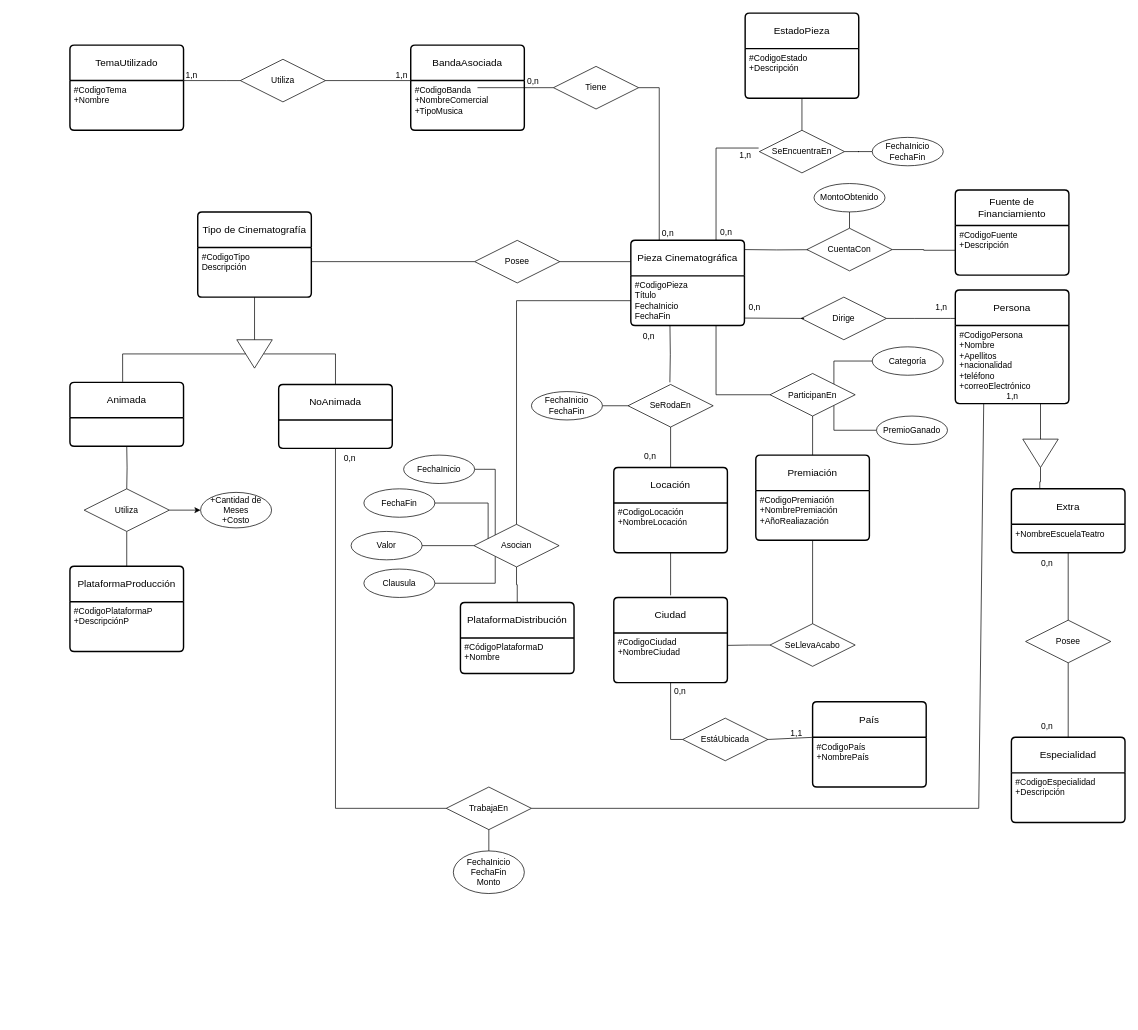
Before: MER.drawio in BenjaminAGH/Proyecto-Semestral-BD, a draw.io diagram. Source tidied: cells renumbered, new cells numbered last; positions are measured from the earlier drawing's top-left corner, leaving out a move shared by most shapes. Both pictures are drawn from the tidied source at 71%, with x=0, y=0 at pixel (17, 13).
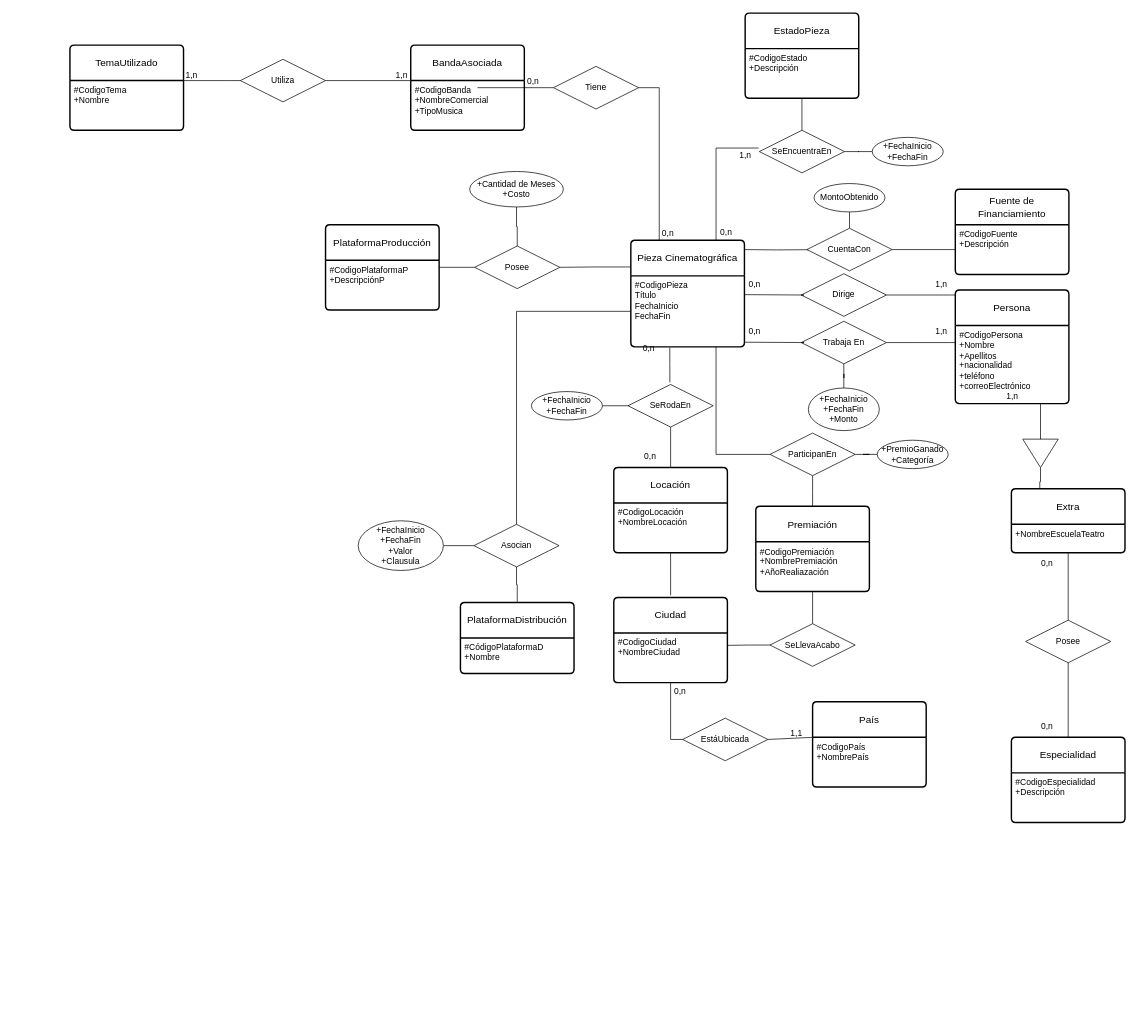
The same diagram, later.

Unchanged cells that the change refers to:
```xml
<mxCell id="22" value="Persona" style="swimlane;horizontal=1;startSize=50;rounded=1;fontSize=14;fontStyle=0;strokeWidth=2;shadow=0;dashed=0;align=center;arcSize=4;whiteSpace=wrap;html=1;" parent="1" vertex="1">
  <mxGeometry x="1321" y="390" width="160" height="160" as="geometry" />
</mxCell>
<mxCell id="23" value="&lt;div&gt;#CodigoPersona&lt;/div&gt;&lt;div&gt;+Nombre&lt;/div&gt;&lt;div&gt;+Apellitos&lt;/div&gt;&lt;div&gt;+nacionalidad&lt;/div&gt;&lt;div&gt;+teléfono&lt;/div&gt;&lt;div&gt;+correoElectrónico&lt;br&gt;&lt;/div&gt;" style="align=left;strokeColor=none;fillColor=none;spacingLeft=4;fontSize=12;verticalAlign=top;html=1;" parent="22" vertex="1">
  <mxGeometry y="50" width="160" height="110" as="geometry" />
</mxCell>
<mxCell id="102" value="Asocian" style="shape=rhombus;perimeter=rhombusPerimeter;whiteSpace=wrap;html=1;align=center;" parent="1" vertex="1">
  <mxGeometry x="643" y="720" width="120" height="60" as="geometry" />
</mxCell>
```

Change to the diagram source:
```diff
@@
-    <mxCell id="2" value="Tipo de Cinematografía" style="swimlane;horizontal=1;startSize=50;rounded=1;fontSize=14;fontStyle=0;strokeWidth=2;shadow=0;dashed=0;align=center;arcSize=4;whiteSpace=wrap;html=1;" parent="1" vertex="1">
-      <mxGeometry x="254" y="280" width="160" height="120" as="geometry" />
-    </mxCell>
-    <mxCell id="3" value="&lt;div&gt;#CodigoTipo&lt;/div&gt;&lt;div&gt;Descripción&lt;br&gt;&lt;/div&gt;" style="align=left;strokeColor=none;fillColor=none;spacingLeft=4;fontSize=12;verticalAlign=top;html=1;" parent="2" vertex="1">
-      <mxGeometry y="50" width="160" height="70" as="geometry" />
-    </mxCell>
@@
-    <mxCell id="7" style="edgeStyle=orthogonalEdgeStyle;rounded=0;jettySize=auto;html=1;exitX=0.75;exitY=1;exitDx=0;exitDy=0;entryX=0;entryY=0.5;entryDx=0;entryDy=0;endArrow=none;endFill=0;" parent="1" edge="1" source="8" target="116">
-      <mxGeometry relative="1" as="geometry" />
-    </mxCell>
     <mxCell id="8" value="Pieza Cinematográfica" style="swimlane;horizontal=1;startSize=50;rounded=1;fontSize=14;fontStyle=0;strokeWidth=2;shadow=0;dashed=0;align=center;arcSize=4;whiteSpace=wrap;html=1;" parent="1" vertex="1">
-      <mxGeometry x="864" y="320" width="160" height="120" as="geometry" />
+      <mxGeometry x="864" y="320" width="160" height="150" as="geometry" />
     </mxCell>
     <mxCell id="9" value="&lt;div&gt;#CodigoPieza&lt;/div&gt;&lt;div&gt;Título&lt;/div&gt;&lt;div&gt;FechaInicio&lt;/div&gt;&lt;div&gt;FechaFin&lt;br&gt;&lt;/div&gt;" style="align=left;strokeColor=none;fillColor=none;spacingLeft=4;fontSize=12;verticalAlign=top;html=1;" parent="8" vertex="1">
-      <mxGeometry y="50" width="160" height="70" as="geometry" />
+      <mxGeometry y="50" width="160" height="100" as="geometry" />
     </mxCell>
@@
-    <mxCell id="18" value="Animada" style="swimlane;horizontal=1;startSize=50;rounded=1;fontSize=14;fontStyle=0;strokeWidth=2;shadow=0;dashed=0;align=center;arcSize=4;whiteSpace=wrap;html=1;" parent="1" vertex="1">
-      <mxGeometry x="74" y="520" width="160" height="90" as="geometry" />
-    </mxCell>
-    <mxCell id="19" value="NoAnimada" style="swimlane;horizontal=1;startSize=50;rounded=1;fontSize=14;fontStyle=0;strokeWidth=2;shadow=0;dashed=0;align=center;arcSize=4;whiteSpace=wrap;html=1;" parent="1" vertex="1">
-      <mxGeometry x="368" y="523" width="160" height="90" as="geometry" />
-    </mxCell>
-    <mxCell id="20" value="PlataformaProducción" style="swimlane;horizontal=1;startSize=50;rounded=1;fontSize=14;fontStyle=0;strokeWidth=2;shadow=0;dashed=0;align=center;arcSize=4;whiteSpace=wrap;html=1;" parent="1" vertex="1">
-      <mxGeometry x="74" y="779" width="160" height="120" as="geometry" />
-    </mxCell>
-    <mxCell id="21" value="&lt;div&gt;#CodigoPlataformaP&lt;/div&gt;&lt;div&gt;+DescripciónP&lt;br&gt;&lt;/div&gt;" style="align=left;strokeColor=none;fillColor=none;spacingLeft=4;fontSize=12;verticalAlign=top;html=1;" parent="20" vertex="1">
-      <mxGeometry y="50" width="160" height="70" as="geometry" />
-    </mxCell>
@@
     <mxCell id="31" value="Fuente de Financiamiento" style="swimlane;horizontal=1;startSize=50;rounded=1;fontSize=14;fontStyle=0;strokeWidth=2;shadow=0;dashed=0;align=center;arcSize=4;whiteSpace=wrap;html=1;" parent="1" vertex="1">
-      <mxGeometry x="1321" y="249" width="160" height="120" as="geometry" />
+      <mxGeometry x="1321" y="248" width="160" height="120" as="geometry" />
     </mxCell>
@@
     <mxCell id="35" value="Dirige" style="shape=rhombus;perimeter=rhombusPerimeter;whiteSpace=wrap;html=1;align=center;" parent="1" vertex="1">
-      <mxGeometry x="1104" y="400" width="120" height="60" as="geometry" />
+      <mxGeometry x="1104" y="367" width="120" height="60" as="geometry" />
     </mxCell>
-    <mxCell id="36" style="endArrow=none;html=1;rounded=0;exitX=1;exitY=0.5;exitDx=0;exitDy=0;entryX=0;entryY=0.25;entryDx=0;entryDy=0;" parent="1" edge="1" source="35" target="22">
+    <mxCell id="36" style="endArrow=none;html=1;rounded=0;exitX=1;exitY=0.5;exitDx=0;exitDy=0;entryX=0;entryY=0.25;entryDx=0;entryDy=0;" parent="1" edge="1" source="35">
       <mxGeometry relative="1" as="geometry">
+        <mxPoint x="1321" y="397" as="targetPoint" />
         <Array as="points">
-          <mxPoint x="1264" y="430" />
-          <mxPoint x="1314" y="430" />
+          <mxPoint x="1264" y="397" />
+          <mxPoint x="1314" y="397" />
         </Array>
       </mxGeometry>
     </mxCell>
     <mxCell id="37" style="endArrow=none;html=1;rounded=0;exitX=0.138;exitY=0.983;exitDx=0;exitDy=0;entryX=0;entryY=0.5;entryDx=0;entryDy=0;exitPerimeter=0;" parent="1" edge="1" source="39" target="35">
       <mxGeometry relative="1" as="geometry">
         <Array as="points">
-          <mxPoint x="1108" y="430" />
+          <mxPoint x="1108" y="397" />
         </Array>
       </mxGeometry>
     </mxCell>
     <mxCell id="38" value="1,n" style="text;html=1;align=center;verticalAlign=middle;strokeColor=none;fillColor=none;" parent="1" vertex="1">
-      <mxGeometry x="1281" y="400" width="40" height="30" as="geometry" />
+      <mxGeometry x="1281" y="367" width="40" height="30" as="geometry" />
     </mxCell>
     <mxCell id="39" value="0,n" style="text;html=1;align=center;verticalAlign=middle;points=[];strokeColor=none;fillColor=none;" parent="1" vertex="1">
-      <mxGeometry x="1018" y="400" width="40" height="30" as="geometry" />
+      <mxGeometry x="1018" y="367" width="40" height="30" as="geometry" />
     </mxCell>
@@
-    <mxCell id="45" value="FechaInicio&lt;div&gt;FechaFin&lt;/div&gt;" style="ellipse;whiteSpace=wrap;html=1;align=center;" parent="1" vertex="1">
+    <mxCell id="45" value="+FechaInicio&lt;div&gt;+FechaFin&lt;/div&gt;" style="ellipse;whiteSpace=wrap;html=1;align=center;" parent="1" vertex="1">
       <mxGeometry x="1204" y="175" width="100" height="40" as="geometry" />
     </mxCell>
-    <mxCell id="46" style="edgeStyle=orthogonalEdgeStyle;rounded=0;jettySize=auto;html=1;entryX=0.5;entryY=0;entryDx=0;entryDy=0;endArrow=none;endFill=0;" parent="1" edge="1" source="48" target="20">
-      <mxGeometry relative="1" as="geometry" />
-    </mxCell>
-    <mxCell id="47" style="edgeStyle=orthogonalEdgeStyle;rounded=0;jettySize=auto;html=1;" parent="1" edge="1" source="48" target="104">
-      <mxGeometry relative="1" as="geometry" />
-    </mxCell>
-    <mxCell id="48" value="Utiliza" style="shape=rhombus;perimeter=rhombusPerimeter;whiteSpace=wrap;html=1;align=center;" parent="1" vertex="1">
-      <mxGeometry x="94" y="670" width="120" height="60" as="geometry" />
-    </mxCell>
@@
-    <mxCell id="52" value="FechaInicio&lt;div&gt;FechaFin&lt;/div&gt;" style="ellipse;whiteSpace=wrap;html=1;align=center;" parent="1" vertex="1">
+    <mxCell id="52" value="+FechaInicio&lt;div&gt;+FechaFin&lt;/div&gt;" style="ellipse;whiteSpace=wrap;html=1;align=center;" parent="1" vertex="1">
       <mxGeometry x="724" y="533" width="100" height="40" as="geometry" />
     </mxCell>
     <mxCell id="53" value="0,n" style="text;html=1;align=center;verticalAlign=middle;strokeColor=none;fillColor=none;" parent="1" vertex="1">
-      <mxGeometry x="869" y="440" width="40" height="30" as="geometry" />
+      <mxGeometry x="869" y="457" width="40" height="30" as="geometry" />
     </mxCell>
@@
-    <mxCell id="61" value="TrabajaEn" style="shape=rhombus;perimeter=rhombusPerimeter;whiteSpace=wrap;html=1;align=center;" parent="1" vertex="1">
-      <mxGeometry x="604" y="1090" width="120" height="60" as="geometry" />
-    </mxCell>
-    <mxCell id="62" style="endArrow=none;html=1;rounded=0;exitX=1;exitY=0.5;exitDx=0;exitDy=0;entryX=0.25;entryY=1;entryDx=0;entryDy=0;" parent="1" edge="1" source="61" target="23">
-      <mxGeometry relative="1" as="geometry">
-        <Array as="points">
-          <mxPoint x="1354" y="1120" />
-        </Array>
-      </mxGeometry>
-    </mxCell>
-    <mxCell id="63" style="endArrow=none;html=1;rounded=0;entryX=0;entryY=0.5;entryDx=0;entryDy=0;exitX=0.5;exitY=1;exitDx=0;exitDy=0;" parent="1" edge="1" source="19" target="61">
-      <mxGeometry relative="1" as="geometry">
-        <Array as="points">
-          <mxPoint x="448" y="1120" />
-        </Array>
-      </mxGeometry>
-    </mxCell>
@@
-    <mxCell id="65" value="0,n" style="text;html=1;align=center;verticalAlign=middle;points=[];strokeColor=none;fillColor=none;" parent="1" vertex="1">
-      <mxGeometry x="448" y="613" width="40" height="30" as="geometry" />
-    </mxCell>
@@
-    <mxCell id="67" value="FechaInicio&lt;div&gt;FechaFin&lt;/div&gt;&lt;div&gt;Monto&lt;/div&gt;" style="ellipse;whiteSpace=wrap;html=1;align=center;" parent="1" vertex="1">
-      <mxGeometry x="614" y="1180" width="100" height="60" as="geometry" />
-    </mxCell>
-    <mxCell id="68" style="endArrow=none;html=1;rounded=0;exitX=0.5;exitY=0;exitDx=0;exitDy=0;entryX=0.5;entryY=1;entryDx=0;entryDy=0;" parent="1" edge="1" source="67">
-      <mxGeometry relative="1" as="geometry">
-        <mxPoint x="664" y="1150" as="targetPoint" />
-      </mxGeometry>
-    </mxCell>
@@
     <mxCell id="83" value="Premiación" style="swimlane;horizontal=1;startSize=50;rounded=1;fontSize=14;fontStyle=0;strokeWidth=2;shadow=0;dashed=0;align=center;arcSize=4;whiteSpace=wrap;html=1;" parent="1" vertex="1">
-      <mxGeometry x="1040" y="622.5" width="160" height="120" as="geometry" />
+      <mxGeometry x="1040" y="694.5" width="160" height="120" as="geometry" />
     </mxCell>
@@
-    <mxCell id="88" style="edgeStyle=orthogonalEdgeStyle;rounded=0;orthogonalLoop=1;jettySize=auto;html=1;endArrow=none;endFill=0;" parent="1" edge="1">
+    <mxCell id="88" style="edgeStyle=orthogonalEdgeStyle;rounded=0;jettySize=auto;html=1;endArrow=none;endFill=0;exitX=0.343;exitY=1.011;exitDx=0;exitDy=0;exitPerimeter=0;" parent="1" edge="1" source="9">
       <mxGeometry relative="1" as="geometry">
-        <mxPoint x="919.1" y="440" as="sourcePoint" />
         <mxPoint x="919" y="520" as="targetPoint" />
       </mxGeometry>
     </mxCell>
@@
-    <mxCell id="90" style="edgeStyle=orthogonalEdgeStyle;rounded=0;orthogonalLoop=1;jettySize=auto;html=1;exitX=0;exitY=0.5;exitDx=0;exitDy=0;endArrow=none;endFill=0;" parent="1" edge="1">
-      <mxGeometry relative="1" as="geometry">
-        <mxPoint x="644" y="350" as="sourcePoint" />
-        <mxPoint x="414" y="350" as="targetPoint" />
-      </mxGeometry>
-    </mxCell>
+    <mxCell id="126" style="edgeStyle=orthogonalEdgeStyle;rounded=0;jettySize=auto;html=1;endArrow=none;endFill=0;" parent="1" edge="1" source="91" target="104">
+      <mxGeometry relative="1" as="geometry" />
+    </mxCell>
+    <mxCell id="127" style="edgeStyle=orthogonalEdgeStyle;rounded=0;jettySize=auto;html=1;entryX=1;entryY=0.5;entryDx=0;entryDy=0;endArrow=none;endFill=0;" parent="1" edge="1" source="91" target="20">
+      <mxGeometry relative="1" as="geometry" />
+    </mxCell>
     <mxCell id="91" value="Posee" style="shape=rhombus;perimeter=rhombusPerimeter;whiteSpace=wrap;html=1;align=center;" parent="1" vertex="1">
-      <mxGeometry x="644" y="320" width="120" height="60" as="geometry" />
+      <mxGeometry x="644" y="328" width="120" height="60" as="geometry" />
     </mxCell>
-    <mxCell id="92" style="edgeStyle=orthogonalEdgeStyle;rounded=0;jettySize=auto;html=1;entryX=0.5;entryY=0;entryDx=0;entryDy=0;endArrow=none;endFill=0;" parent="1" edge="1" source="93" target="19">
-      <mxGeometry relative="1" as="geometry" />
-    </mxCell>
-    <mxCell id="93" style="triangle;whiteSpace=wrap;html=1;rotation=90;" parent="1" vertex="1">
-      <mxGeometry x="314" y="455" width="40" height="50" as="geometry" />
-    </mxCell>
-    <mxCell id="94" style="edgeStyle=orthogonalEdgeStyle;rounded=0;jettySize=auto;html=1;endArrow=none;endFill=0;" parent="1" edge="1" source="3" target="93">
-      <mxGeometry relative="1" as="geometry" />
-    </mxCell>
-    <mxCell id="95" style="edgeStyle=orthogonalEdgeStyle;rounded=0;jettySize=auto;html=1;entryX=0.464;entryY=-0.008;entryDx=0;entryDy=0;entryPerimeter=0;endArrow=none;endFill=0;" parent="1" edge="1" source="93" target="18">
-      <mxGeometry relative="1" as="geometry" />
-    </mxCell>
-    <mxCell id="96" style="edgeStyle=orthogonalEdgeStyle;rounded=0;jettySize=auto;html=1;exitX=0.5;exitY=1;exitDx=0;exitDy=0;entryX=0.5;entryY=0;entryDx=0;entryDy=0;endArrow=none;endFill=0;" parent="1" edge="1" target="48">
-      <mxGeometry relative="1" as="geometry">
-        <mxPoint x="154" y="610" as="sourcePoint" />
-      </mxGeometry>
-    </mxCell>
@@
-    <mxCell id="98" style="edgeStyle=orthogonalEdgeStyle;rounded=0;jettySize=auto;html=1;exitX=0;exitY=0;exitDx=0;exitDy=0;entryX=1;entryY=0.5;entryDx=0;entryDy=0;endArrow=none;endFill=0;" parent="1" edge="1" source="102" target="122">
+    <mxCell id="98" style="edgeStyle=orthogonalEdgeStyle;rounded=0;jettySize=auto;html=1;endArrow=none;endFill=0;" parent="1" edge="1" source="102" target="122">
       <mxGeometry relative="1" as="geometry" />
     </mxCell>
-    <mxCell id="99" style="edgeStyle=orthogonalEdgeStyle;rounded=0;jettySize=auto;html=1;entryX=1;entryY=0.5;entryDx=0;entryDy=0;exitX=0.167;exitY=0.37;exitDx=0;exitDy=0;exitPerimeter=0;endArrow=none;endFill=0;" parent="1" edge="1" source="102" target="123">
-      <mxGeometry relative="1" as="geometry">
-        <Array as="points">
-          <mxPoint x="663" y="690" />
-        </Array>
-      </mxGeometry>
-    </mxCell>
-    <mxCell id="100" style="edgeStyle=orthogonalEdgeStyle;rounded=0;jettySize=auto;html=1;entryX=1;entryY=0.5;entryDx=0;entryDy=0;endArrow=none;endFill=0;" parent="1" edge="1" source="102" target="124">
-      <mxGeometry relative="1" as="geometry" />
-    </mxCell>
-    <mxCell id="101" style="edgeStyle=orthogonalEdgeStyle;rounded=0;jettySize=auto;html=1;exitX=0;exitY=1;exitDx=0;exitDy=0;entryX=1;entryY=0.5;entryDx=0;entryDy=0;endArrow=none;endFill=0;" parent="1" edge="1" source="102" target="125">
-      <mxGeometry relative="1" as="geometry">
-        <Array as="points">
-          <mxPoint x="673" y="803" />
-        </Array>
-      </mxGeometry>
-    </mxCell>
@@
-    <mxCell id="104" value="&lt;div&gt;+Cantidad de Meses&lt;/div&gt;+Costo" style="ellipse;whiteSpace=wrap;html=1;" parent="1" vertex="1">
-      <mxGeometry x="258" y="675" width="100" height="50" as="geometry" />
-    </mxCell>
@@
-    <mxCell id="113" style="edgeStyle=orthogonalEdgeStyle;rounded=0;jettySize=auto;html=1;exitX=0.5;exitY=1;exitDx=0;exitDy=0;entryX=0.5;entryY=0;entryDx=0;entryDy=0;endArrow=none;endFill=0;" parent="1" edge="1" source="116" target="83">
-      <mxGeometry relative="1" as="geometry" />
+    <mxCell id="113" style="edgeStyle=orthogonalEdgeStyle;rounded=0;jettySize=auto;html=1;exitX=0.5;exitY=1;exitDx=0;exitDy=0;entryX=0.5;entryY=0;entryDx=0;entryDy=0;endArrow=none;endFill=0;" parent="1" edge="1" source="116">
+      <mxGeometry relative="1" as="geometry">
+        <mxPoint x="1120" y="695.5" as="targetPoint" />
+      </mxGeometry>
     </mxCell>
-    <mxCell id="114" style="edgeStyle=orthogonalEdgeStyle;rounded=0;jettySize=auto;html=1;exitX=1;exitY=0;exitDx=0;exitDy=0;entryX=0;entryY=0.5;entryDx=0;entryDy=0;endArrow=none;endFill=0;" parent="1" edge="1" source="116" target="117">
-      <mxGeometry relative="1" as="geometry">
-        <Array as="points">
-          <mxPoint x="1150" y="490" />
-        </Array>
-      </mxGeometry>
-    </mxCell>
-    <mxCell id="115" style="edgeStyle=orthogonalEdgeStyle;rounded=0;jettySize=auto;html=1;exitX=1;exitY=1;exitDx=0;exitDy=0;entryX=0;entryY=0.5;entryDx=0;entryDy=0;endArrow=none;endFill=0;" parent="1" edge="1" source="116" target="118">
-      <mxGeometry relative="1" as="geometry">
-        <Array as="points">
-          <mxPoint x="1150" y="587" />
-        </Array>
-      </mxGeometry>
+    <mxCell id="115" style="edgeStyle=orthogonalEdgeStyle;rounded=0;jettySize=auto;html=1;entryX=0;entryY=0.5;entryDx=0;entryDy=0;endArrow=none;endFill=0;" parent="1" edge="1" source="116" target="118">
+      <mxGeometry relative="1" as="geometry" />
     </mxCell>
     <mxCell id="116" value="ParticipanEn" style="shape=rhombus;perimeter=rhombusPerimeter;whiteSpace=wrap;html=1;align=center;" parent="1" vertex="1">
-      <mxGeometry x="1060" y="507.5" width="120" height="60" as="geometry" />
+      <mxGeometry x="1060" y="591.5" width="120" height="60" as="geometry" />
     </mxCell>
-    <mxCell id="117" value="Categoría" style="ellipse;whiteSpace=wrap;html=1;align=center;" parent="1" vertex="1">
-      <mxGeometry x="1204" y="470" width="100" height="40" as="geometry" />
-    </mxCell>
-    <mxCell id="118" value="PremioGanado" style="ellipse;whiteSpace=wrap;html=1;align=center;" parent="1" vertex="1">
-      <mxGeometry x="1210" y="567.5" width="100" height="40" as="geometry" />
+    <mxCell id="118" value="&lt;div&gt;+PremioGanado&lt;/div&gt;+Categoría" style="ellipse;whiteSpace=wrap;html=1;align=center;" parent="1" vertex="1">
+      <mxGeometry x="1211" y="601.5" width="100" height="40" as="geometry" />
     </mxCell>
@@
-    <mxCell id="122" value="FechaInicio" style="ellipse;whiteSpace=wrap;html=1;align=center;" parent="1" vertex="1">
-      <mxGeometry x="544" y="622.5" width="100" height="40" as="geometry" />
+    <mxCell id="122" value="&lt;div&gt;+FechaInicio&lt;/div&gt;&lt;div&gt;+FechaFin&lt;/div&gt;&lt;div&gt;+Valor&lt;/div&gt;&lt;div&gt;+Clausula&lt;br&gt;&lt;/div&gt;" style="ellipse;whiteSpace=wrap;html=1;align=center;" parent="1" vertex="1">
+      <mxGeometry x="480" y="715" width="120" height="70" as="geometry" />
     </mxCell>
-    <mxCell id="123" value="FechaFin" style="ellipse;whiteSpace=wrap;html=1;align=center;" parent="1" vertex="1">
-      <mxGeometry x="488" y="670" width="100" height="40" as="geometry" />
-    </mxCell>
-    <mxCell id="124" value="Valor" style="ellipse;whiteSpace=wrap;html=1;align=center;" parent="1" vertex="1">
-      <mxGeometry x="470" y="730" width="100" height="40" as="geometry" />
-    </mxCell>
-    <mxCell id="125" value="Clausula" style="ellipse;whiteSpace=wrap;html=1;align=center;" parent="1" vertex="1">
-      <mxGeometry x="488" y="783" width="100" height="40" as="geometry" />
-    </mxCell>
+    <mxCell id="104" value="&lt;div&gt;+Cantidad de Meses&lt;/div&gt;+Costo" style="ellipse;whiteSpace=wrap;html=1;" parent="1" vertex="1">
+      <mxGeometry x="637" y="223" width="132" height="50" as="geometry" />
+    </mxCell>
+    <mxCell id="20" value="PlataformaProducción" style="swimlane;horizontal=1;startSize=50;rounded=1;fontSize=14;fontStyle=0;strokeWidth=2;shadow=0;dashed=0;align=center;arcSize=4;whiteSpace=wrap;html=1;" parent="1" vertex="1">
+      <mxGeometry x="434" y="298" width="160" height="120" as="geometry" />
+    </mxCell>
+    <mxCell id="21" value="&lt;div&gt;#CodigoPlataformaP&lt;/div&gt;&lt;div&gt;+DescripciónP&lt;br&gt;&lt;/div&gt;" style="align=left;strokeColor=none;fillColor=none;spacingLeft=4;fontSize=12;verticalAlign=top;html=1;" parent="20" vertex="1">
+      <mxGeometry y="50" width="160" height="70" as="geometry" />
+    </mxCell>
+    <mxCell id="128" style="edgeStyle=orthogonalEdgeStyle;rounded=0;jettySize=auto;html=1;entryX=0.5;entryY=0;entryDx=0;entryDy=0;endArrow=none;endFill=0;" parent="1" edge="1" source="129" target="134">
+      <mxGeometry relative="1" as="geometry" />
+    </mxCell>
+    <mxCell id="129" value="Trabaja En" style="shape=rhombus;perimeter=rhombusPerimeter;whiteSpace=wrap;html=1;align=center;" parent="1" vertex="1">
+      <mxGeometry x="1104" y="434" width="120" height="60" as="geometry" />
+    </mxCell>
+    <mxCell id="130" style="endArrow=none;html=1;rounded=0;exitX=1;exitY=0.5;exitDx=0;exitDy=0;entryX=0;entryY=0.25;entryDx=0;entryDy=0;" parent="1" edge="1" source="129">
+      <mxGeometry relative="1" as="geometry">
+        <mxPoint x="1321" y="464" as="targetPoint" />
+        <Array as="points">
+          <mxPoint x="1264" y="464" />
+          <mxPoint x="1314" y="464" />
+        </Array>
+      </mxGeometry>
+    </mxCell>
+    <mxCell id="131" style="endArrow=none;html=1;rounded=0;exitX=0.138;exitY=0.983;exitDx=0;exitDy=0;entryX=0;entryY=0.5;entryDx=0;entryDy=0;exitPerimeter=0;" parent="1" edge="1" source="65" target="129">
+      <mxGeometry relative="1" as="geometry">
+        <Array as="points">
+          <mxPoint x="1108" y="464" />
+        </Array>
+      </mxGeometry>
+    </mxCell>
+    <mxCell id="132" value="1,n" style="text;html=1;align=center;verticalAlign=middle;strokeColor=none;fillColor=none;" parent="1" vertex="1">
+      <mxGeometry x="1281" y="434" width="40" height="30" as="geometry" />
+    </mxCell>
+    <mxCell id="65" value="0,n" style="text;html=1;align=center;verticalAlign=middle;points=[];strokeColor=none;fillColor=none;" parent="1" vertex="1">
+      <mxGeometry x="1018" y="434" width="40" height="30" as="geometry" />
+    </mxCell>
+    <mxCell id="133" style="edgeStyle=orthogonalEdgeStyle;rounded=0;jettySize=auto;html=1;exitX=0.75;exitY=1;exitDx=0;exitDy=0;entryX=0;entryY=0.5;entryDx=0;entryDy=0;endArrow=none;endFill=0;" parent="1" edge="1" source="9" target="116">
+      <mxGeometry relative="1" as="geometry" />
+    </mxCell>
+    <mxCell id="134" value="+FechaInicio&lt;div&gt;+FechaFin&lt;/div&gt;&lt;div&gt;+Monto&lt;/div&gt;" style="ellipse;whiteSpace=wrap;html=1;align=center;" parent="1" vertex="1">
+      <mxGeometry x="1114" y="528" width="100" height="60" as="geometry" />
+    </mxCell>
```
